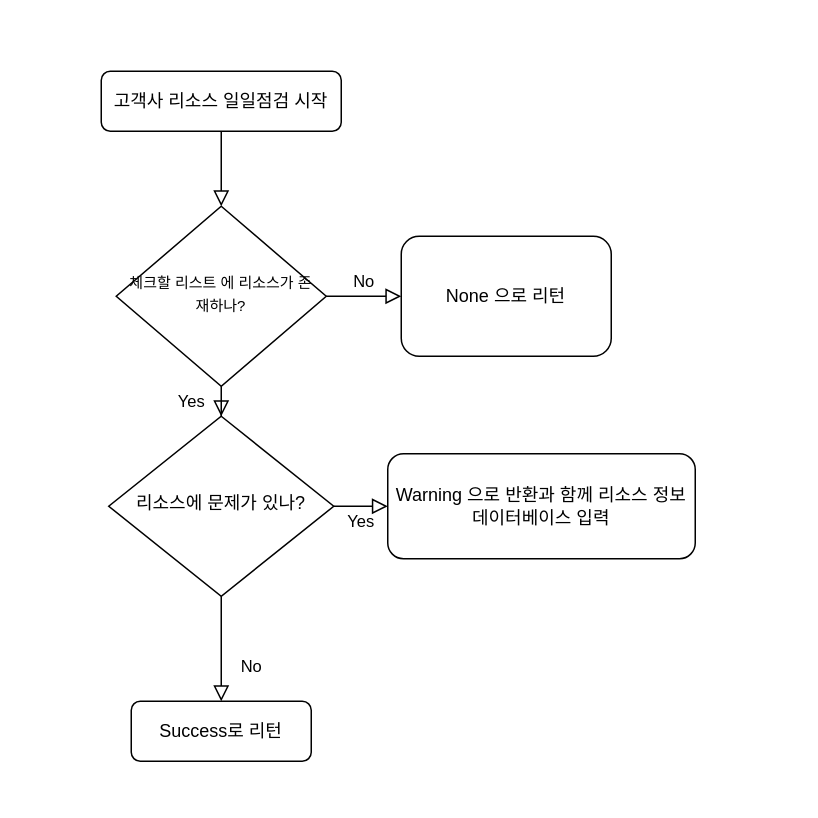
Above: azure/고객사_일일점검.drawio in hyunseungbin/python (draw.io), before the change. Source tidied: cells renumbered, new cells numbered last; positions are measured from the earlier drawing's top-left corner, leaving out a move shared by most shapes. Both pictures are drawn from the tidied source at 150%, with x=0, y=0 at pixel (100, 70).
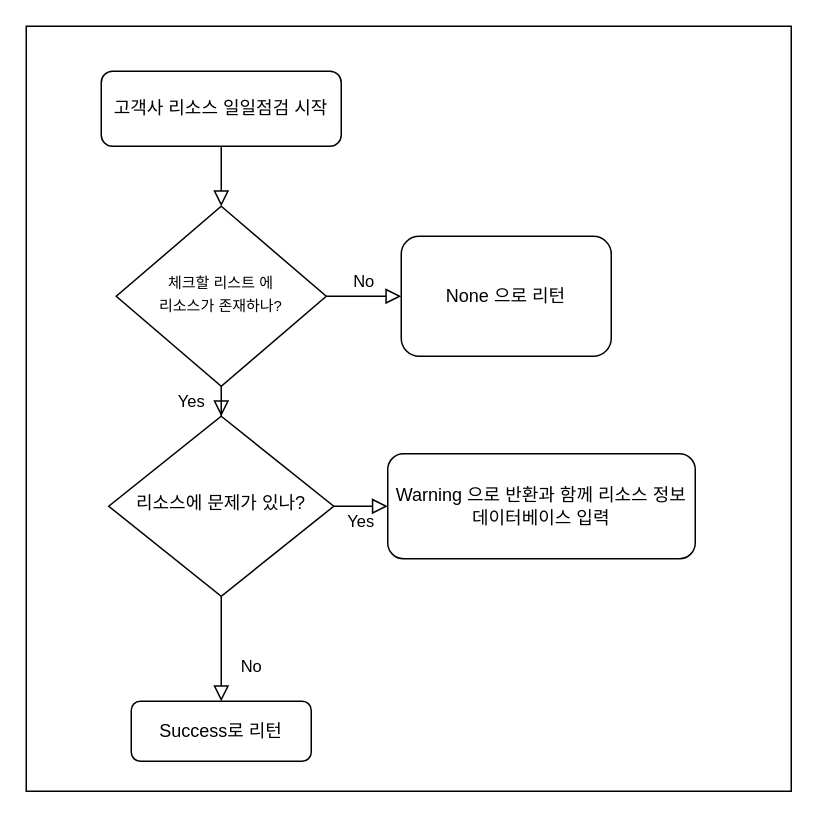
After the change.

Commit message (it also covers changes not shown here):
고객사_일일점검.drawio 업데이트

The edit, as a diff of the source:
```diff
@@
 <mxGraphModel>
   <root>
     <mxCell id="0" />
     <mxCell id="1" parent="0" />
+    <mxCell id="13" style="whiteSpace=wrap;html=1;" parent="1" vertex="1">
+      <mxGeometry x="-50" y="-30" width="510" height="510" as="geometry" />
+    </mxCell>
     <mxCell id="2" style="rounded=0;html=1;jettySize=auto;fontSize=11;endArrow=block;endFill=0;endSize=8;strokeWidth=1;shadow=0;labelBackgroundColor=none;edgeStyle=orthogonalEdgeStyle;" parent="1" edge="1" source="3" target="6">
       <mxGeometry relative="1" as="geometry" />
     </mxCell>
     <mxCell id="3" value="고객사 리소스 일일점검 시작" style="rounded=1;whiteSpace=wrap;html=1;fontSize=12;glass=0;strokeWidth=1;shadow=0;" parent="1" vertex="1">
-      <mxGeometry width="160" height="40" as="geometry" />
+      <mxGeometry width="160" height="50" as="geometry" />
     </mxCell>
     <mxCell id="4" value="Yes" style="rounded=0;html=1;jettySize=auto;fontSize=11;endArrow=block;endFill=0;endSize=8;strokeWidth=1;shadow=0;labelBackgroundColor=none;edgeStyle=orthogonalEdgeStyle;" parent="1" edge="1" source="6" target="10">
       <mxGeometry y="20" relative="1" as="geometry" />
     </mxCell>
     <mxCell id="5" value="No" style="edgeStyle=orthogonalEdgeStyle;rounded=0;html=1;jettySize=auto;fontSize=11;endArrow=block;endFill=0;endSize=8;strokeWidth=1;shadow=0;labelBackgroundColor=none;" parent="1" edge="1" source="6" target="7">
       <mxGeometry y="10" relative="1" as="geometry" />
     </mxCell>
-    <mxCell id="6" value="&lt;font style=&quot;font-size: 10px;&quot;&gt;체크할 리스트 에 리소스가 존재하나?&lt;/font&gt;" style="rhombus;whiteSpace=wrap;html=1;shadow=0;fontFamily=Helvetica;fontSize=12;align=center;strokeWidth=1;spacing=6;spacingTop=-4;" parent="1" vertex="1">
+    <mxCell id="6" value="&lt;font style=&quot;font-size: 10px;&quot;&gt;체크할 리스트 에&lt;br&gt;리소스가 존재하나?&lt;/font&gt;" style="rhombus;whiteSpace=wrap;html=1;shadow=0;fontFamily=Helvetica;fontSize=12;align=center;strokeWidth=1;spacing=6;spacingTop=-4;" parent="1" vertex="1">
       <mxGeometry x="10" y="90" width="140" height="120" as="geometry" />
     </mxCell>
     <mxCell id="7" value="None 으로 리턴" style="rounded=1;whiteSpace=wrap;html=1;fontSize=12;glass=0;strokeWidth=1;shadow=0;" parent="1" vertex="1">
       <mxGeometry x="200" y="110" width="140" height="80" as="geometry" />
     </mxCell>
     <mxCell id="8" value="No" style="rounded=0;html=1;jettySize=auto;fontSize=11;endArrow=block;endFill=0;endSize=8;strokeWidth=1;shadow=0;labelBackgroundColor=none;edgeStyle=orthogonalEdgeStyle;" parent="1" edge="1" source="10" target="11">
       <mxGeometry x="0.33" y="20" relative="1" as="geometry" />
     </mxCell>
     <mxCell id="9" value="Yes" style="edgeStyle=orthogonalEdgeStyle;rounded=0;html=1;jettySize=auto;fontSize=11;endArrow=block;endFill=0;endSize=8;strokeWidth=1;shadow=0;labelBackgroundColor=none;" parent="1" edge="1" source="10" target="12">
       <mxGeometry y="10" relative="1" as="geometry" />
     </mxCell>
     <mxCell id="10" value="리소스에 문제가 있나?" style="rhombus;whiteSpace=wrap;html=1;shadow=0;fontFamily=Helvetica;fontSize=12;align=center;strokeWidth=1;spacing=6;spacingTop=-4;" parent="1" vertex="1">
       <mxGeometry x="5" y="230" width="150" height="120" as="geometry" />
     </mxCell>
     <mxCell id="11" value="Success로 리턴" style="rounded=1;whiteSpace=wrap;html=1;fontSize=12;glass=0;strokeWidth=1;shadow=0;" parent="1" vertex="1">
       <mxGeometry x="20" y="420" width="120" height="40" as="geometry" />
     </mxCell>
     <mxCell id="12" value="Warning 으로 반환과 함께 리소스 정보&lt;br&gt;데이터베이스 입력" style="rounded=1;whiteSpace=wrap;html=1;fontSize=12;glass=0;strokeWidth=1;shadow=0;" parent="1" vertex="1">
       <mxGeometry x="191" y="255" width="205" height="70" as="geometry" />
     </mxCell>
   </root>
 </mxGraphModel>
```
